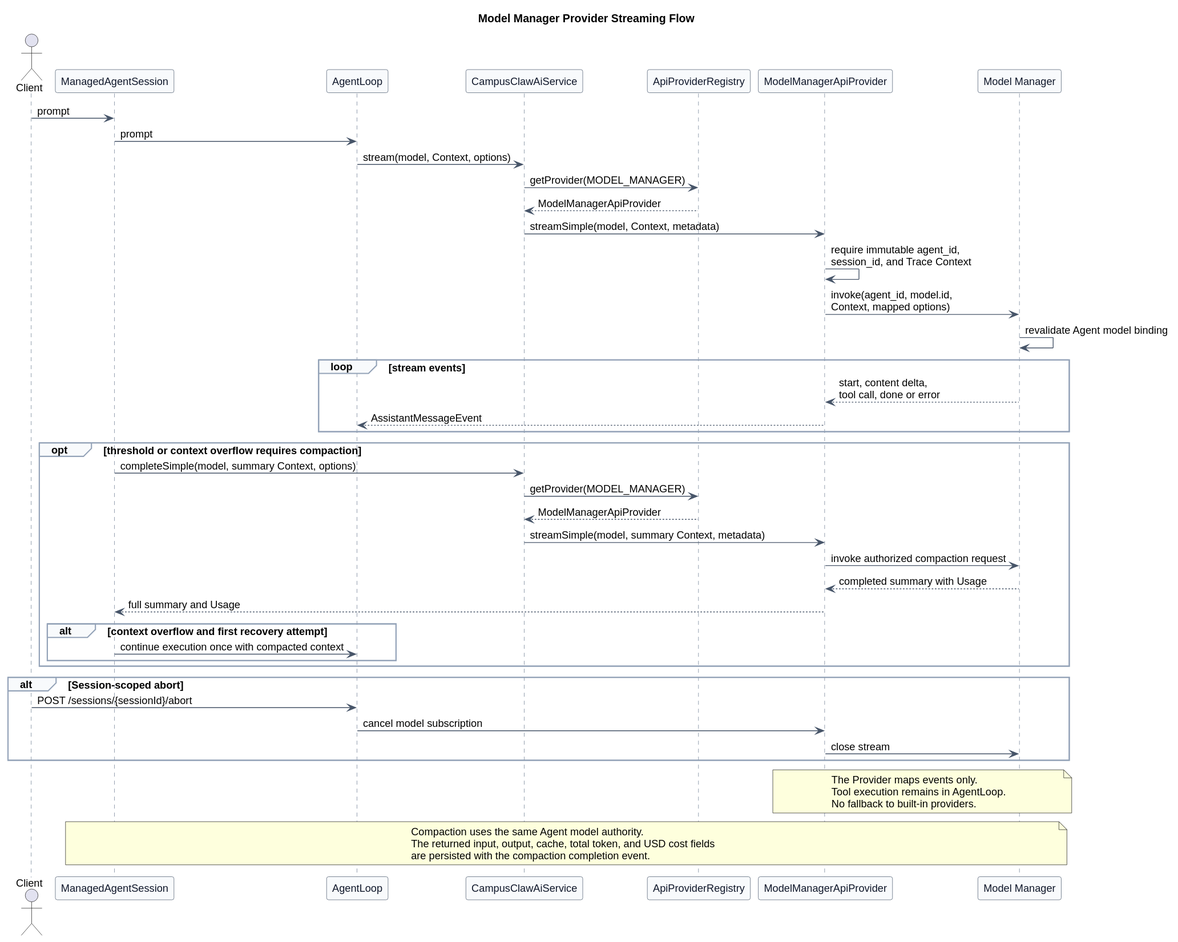
Before: pi-mono-java-manager-driven-multi-agent-runtime/diagrams/model-manager/model_manager_streaming_flow.svg, a diagram exported from PlantUML (ssm0808/pi-mono-java-design).
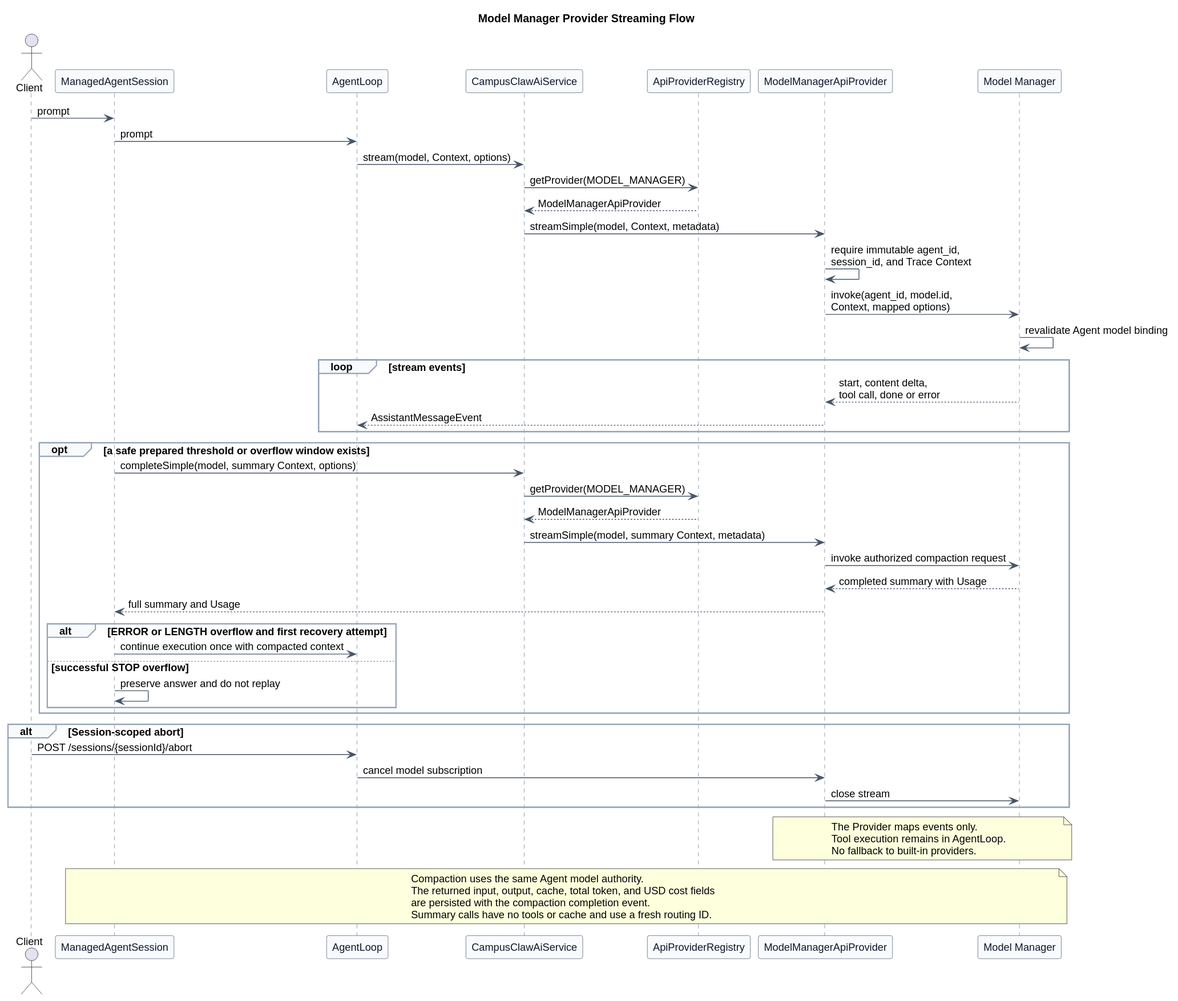
Later version of the same file.

Change to the diagram source:
```diff
@@ -42,7 +42,7 @@
   Provider --> Loop : AssistantMessageEvent
 end
 
-opt threshold or context overflow requires compaction
+opt a safe prepared threshold or overflow window exists
   Session -> AiService : completeSimple(model, summary Context, options)
   AiService -> Registry : getProvider(MODEL_MANAGER)
   Registry --> AiService : ModelManagerApiProvider
@@ -50,8 +50,10 @@
   Provider -> ModelManager : invoke authorized compaction request
   ModelManager --> Provider : completed summary with Usage
   Provider --> Session : full summary and Usage
-  alt context overflow and first recovery attempt
+  alt ERROR or LENGTH overflow and first recovery attempt
     Session -> Loop : continue execution once with compacted context
+  else successful STOP overflow
+    Session -> Session : preserve answer and do not replay
   end
 end
 
@@ -71,5 +73,6 @@
 Compaction uses the same Agent model authority.
 The returned input, output, cache, total token, and USD cost fields
 are persisted with the compaction completion event.
+Summary calls have no tools or cache and use a fresh routing ID.
 end note
 @enduml
```
